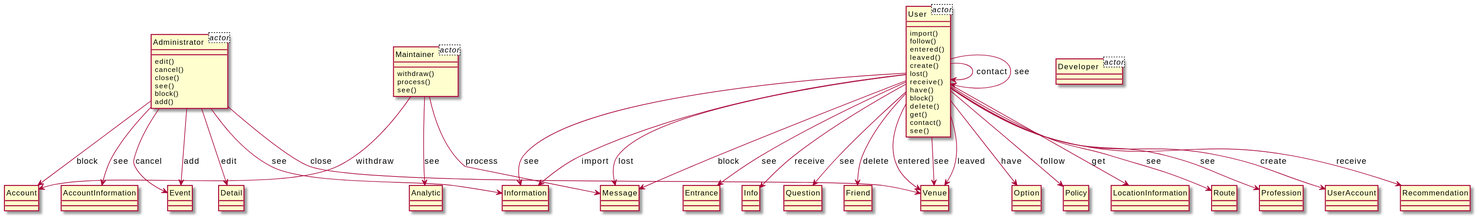
xixixhalu/DomainModelExtractor keeps this PlantUML diagram as output/diagram_5/2018-USC-Project01.svg. Above is the earlier version.
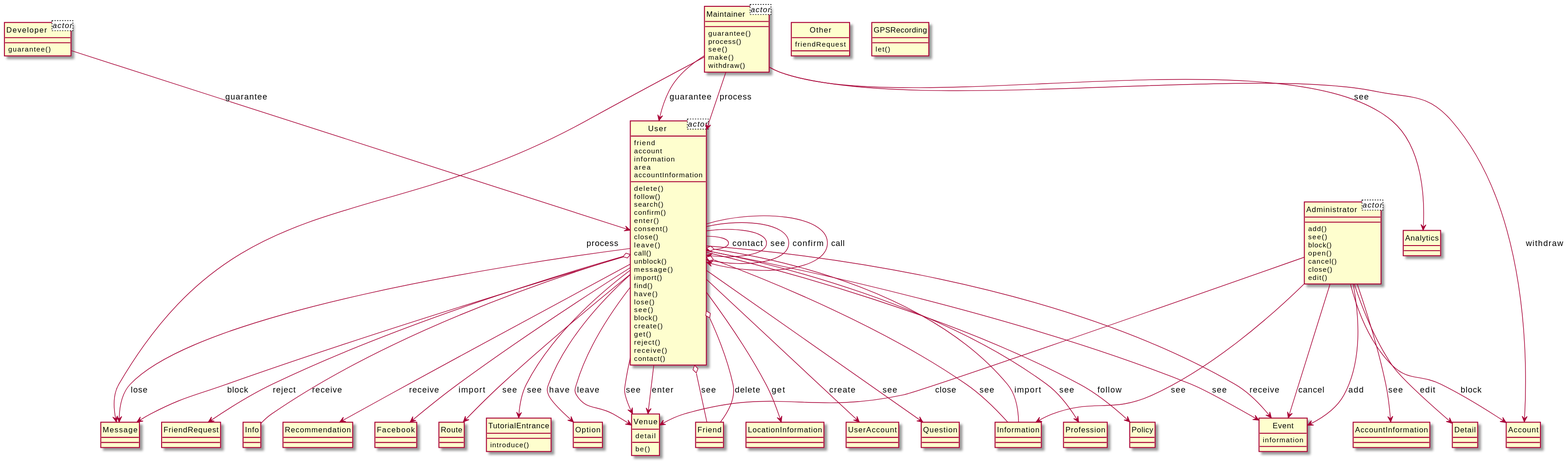
The same file after the commit.

The edit, as a diff of the source:
```diff
@@ -7,101 +7,145 @@
 class Developer<actor> {
 }
 class User<actor> {
+	friend
+	account
+	information
+	area
+	accountInformation
+}
+class Event {
+	information
+}
+class Other {
+	friendRequest
+}
+class Venue {
+	detail
+	be()
 }
 class Administrator {
-	edit()
+	add()
+	see()
+	block()
+	open()
 	cancel()
 	close()
+	edit()
+}
+class AccountInformation {
+}
+class User {
+	delete()
+	follow()
+	search()
+	confirm()
+	enter()
+	consent()
+	close()
+	leave()
+	call()
+	unblock()
+	message()
+	import()
+	find()
+	have()
+	lose()
 	see()
 	block()
-	add()
+	create()
+	get()
+	reject()
+	receive()
+	contact()
+}
+class Friend {
+}
+class Maintainer {
+	guarantee()
+	process()
+	see()
+	make()
+	withdraw()
 }
 class Account {
 }
-class User {
-	import()
-	follow()
-	entered()
-	leaved()
-	create()
-	lost()
-	receive()
-	have()
-	block()
-	delete()
-	get()
-	contact()
-	see()
+class LocationInformation {
 }
-class Entrance {
+class UserAccount {
+}
+class Developer {
+	guarantee()
+}
+class Question {
 }
 class Information {
 }
-class AccountInformation {
+class Profession {
+}
+class Policy {
+}
+class Message {
+}
+class FriendRequest {
 }
 class Info {
 }
-class Maintainer {
-	withdraw()
-	process()
-	see()
+class Recommendation {
 }
-class Analytic {
+class Facebook {
 }
-class Message {
+class Route {
 }
-class Event {
+class Detail {
 }
-class Question {
+class TutorialEntrance {
+	introduce()
 }
-class Friend {
+class GPSRecording {
+	let()
+}
+class Analytics {
 }
 class Option {
 }
-class Venue {
-}
-class Policy {
-}
-class LocationInformation {
-}
-class Route {
-}
-class Profession {
-}
-class UserAccount {
-}
-class Recommendation {
-}
-class Detail {
-}
-User --> Information : see
+Administrator --> Detail : edit
+Administrator --> Event : add
+Maintainer --> Account : withdraw
+Maintainer --> User : process
+User --> Message : lose
+User --> Venue : leave
+User --> LocationInformation : get
+User --> User : contact
+User --> Profession : see
+Maintainer --> Message : process
+User --> UserAccount : create
+User --> Policy : follow
+Maintainer --> User : guarantee
+User --> TutorialEntrance : see
+User --> User : see
+User --> Message : block
+Developer --> User : guarantee
+User o-- Information : import
+User --> Venue : see
+User --> FriendRequest : reject
+User --> User : confirm
+User --> User : call
+User o-- Friend : delete
+Maintainer --> Analytics : see
+User --> Event : receive
+User o-- Info : receive
+User --> Option : have
 User --> Question : see
-User --> User : contact
-User --> Message : lost
+User --> Recommendation : receive
+User --> Event : see
+Administrator --> Venue : close
+Administrator --> Event : cancel
 Administrator --> AccountInformation : see
-User --> Friend : delete
+User --> Facebook : import
+User o-- Information : see
+Administrator --> Information : see
 User --> Route : see
-User --> Info : receive
-User --> Venue : entered
-Administrator --> Information : see
-User --> Information : import
-Maintainer --> Analytic : see
-Maintainer --> Account : withdraw
-User --> Message : block
-User --> User : see
-Administrator --> Event : cancel
-User --> Venue : see
-Maintainer --> Message : process
-User --> Profession : see
-User --> Option : have
-User --> UserAccount : create
-User --> Venue : leaved
-User --> Recommendation : receive
-Administrator --> Venue : close
-Administrator --> Detail : edit
 Administrator --> Account : block
-User --> Policy : follow
-Administrator --> Event : add
-User --> Entrance : see
-User --> LocationInformation : get
+User o-- Friend : see
+User --> Venue : enter
 @enduml
```
